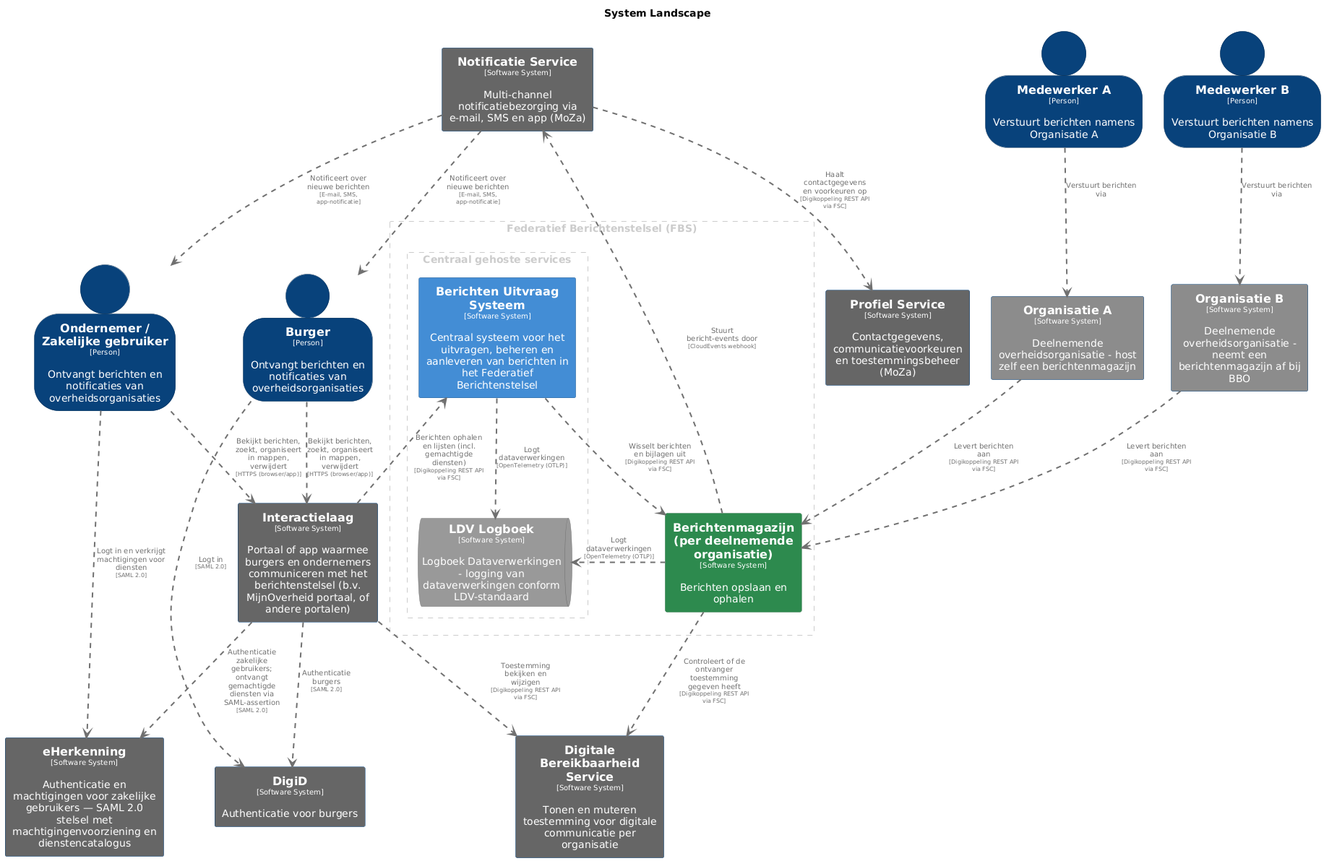
MinBZK/moza-poc-fbs-berichtenbox keeps this PlantUML diagram as pr-preview/pr-22/master/png/SystemLandscape.png. Above is the earlier version.
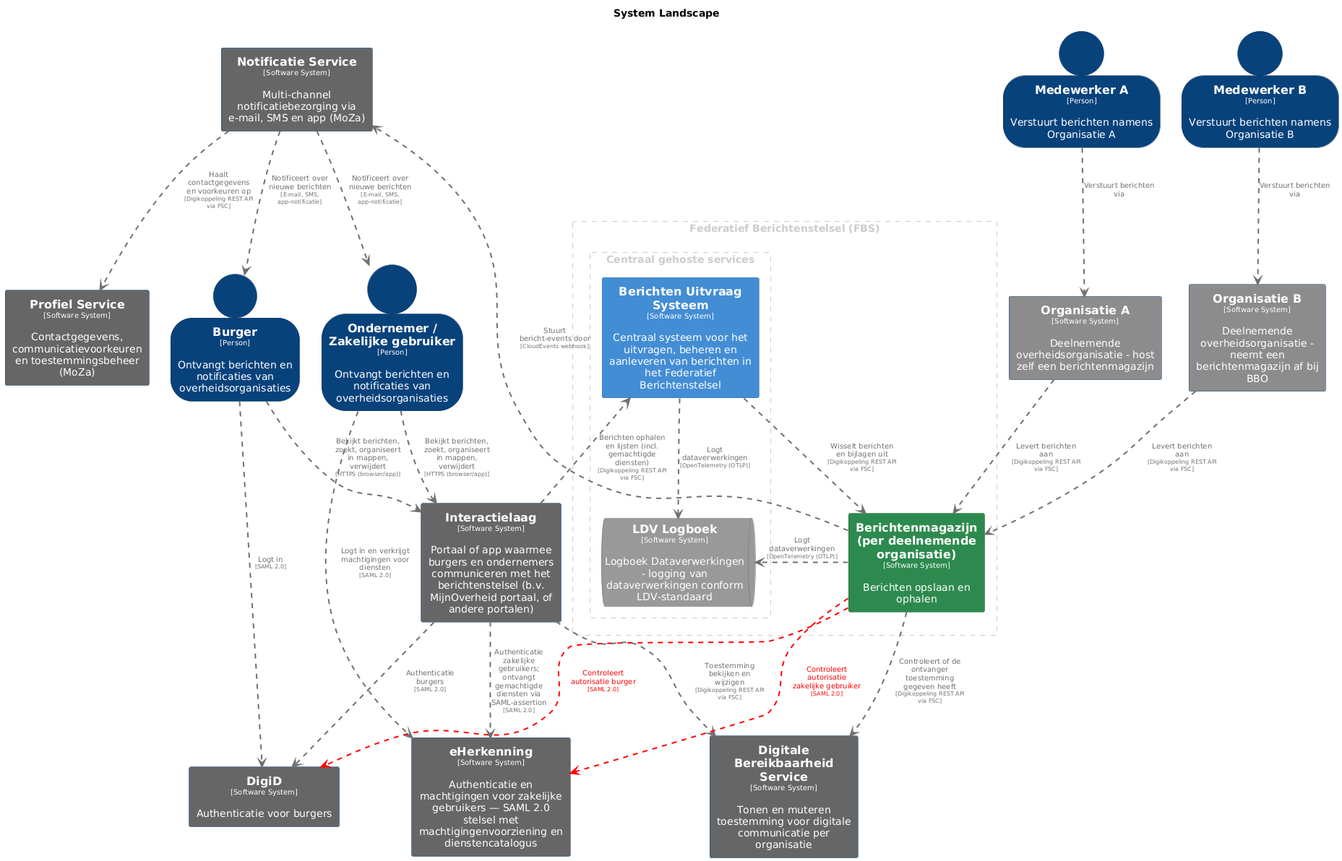
Above is the later version.

What changed in the source:
```diff
@@ -136,6 +136,8 @@
 rectangle "==Interactielaag\n<size:10>[Software System]</size>\n\nPortaal of app waarmee burgers en ondernemers communiceren met het berichtenstelsel (b.v. MijnOverheid portaal, of andere portalen)" <<Interactielaag>> as Interactielaag
 rectangle "==eHerkenning\n<size:10>[Software System]</size>\n\nAuthenticatie en machtigingen voor zakelijke gebruikers — SAML 2.0 stelsel met machtigingenvoorziening en dienstencatalogus" <<eHerkenning>> as eHerkenning
 
+Berichtenmagazijnperdeelnemendeorganisatie .[#ff0000,thickness=2].> DigiD : "<color:#ff0000>Controleert autorisatie burger\n<color:#ff0000><size:8>[SAML 2.0]</size>"
+Berichtenmagazijnperdeelnemendeorganisatie .[#707070,thickness=2].> LDVLogboek : "<color:#707070>Logt dataverwerkingen\n<color:#707070><size:8>[OpenTelemetry (OTLP)]</size>"
 BerichtenUitvraagSysteem .[#707070,thickness=2].> LDVLogboek : "<color:#707070>Logt dataverwerkingen\n<color:#707070><size:8>[OpenTelemetry (OTLP)]</size>"
 BerichtenUitvraagSysteem .[#707070,thickness=2].> Berichtenmagazijnperdeelnemendeorganisatie : "<color:#707070>Wisselt berichten en bijlagen uit\n<color:#707070><size:8>[Digikoppeling REST API via FSC]</size>"
 MedewerkerA .[#707070,thickness=2].> OrganisatieA : "<color:#707070>Verstuurt berichten via"
@@ -155,5 +157,5 @@
 OrganisatieA .[#707070,thickness=2].> Berichtenmagazijnperdeelnemendeorganisatie : "<color:#707070>Levert berichten aan\n<color:#707070><size:8>[Digikoppeling REST API via FSC]</size>"
 OrganisatieB .[#707070,thickness=2].> Berichtenmagazijnperdeelnemendeorganisatie : "<color:#707070>Levert berichten aan\n<color:#707070><size:8>[Digikoppeling REST API via FSC]</size>"
 Berichtenmagazijnperdeelnemendeorganisatie .[#707070,thickness=2].> DigitaleBereikbaarheidService : "<color:#707070>Controleert of de ontvanger toestemming gegeven heeft\n<color:#707070><size:8>[Digikoppeling REST API via FSC]</size>"
-Berichtenmagazijnperdeelnemendeorganisatie .[#707070,thickness=2].> LDVLogboek : "<color:#707070>Logt dataverwerkingen\n<color:#707070><size:8>[OpenTelemetry (OTLP)]</size>"
+Berichtenmagazijnperdeelnemendeorganisatie .[#ff0000,thickness=2].> eHerkenning : "<color:#ff0000>Controleert autorisatie zakelijke gebruiker\n<color:#ff0000><size:8>[SAML 2.0]</size>"
 @enduml
```
